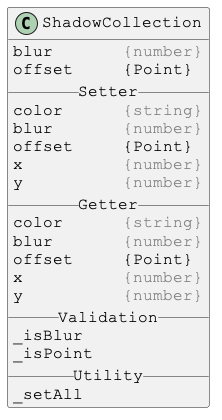
Before: docs/PlantUml/images/ShadowCollection.png, a diagram exported from PlantUML (Justin-Byrne/canvasLab).
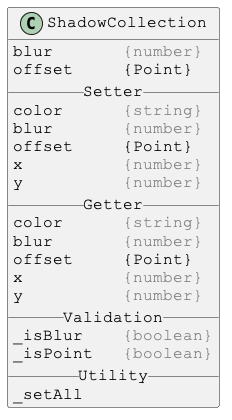
Above is the later version.

What changed in the source:
```diff
@@ -19,8 +19,8 @@
 x          <color:gray>{number}</color>
 y          <color:gray>{number}</color>
 __ Validation __
-_isBlur
-_isPoint
+_isBlur    <color:gray>{boolean}</color>
+_isPoint   <color:gray>{boolean}</color>
 __ Utility __
 _setAll
 }
```
